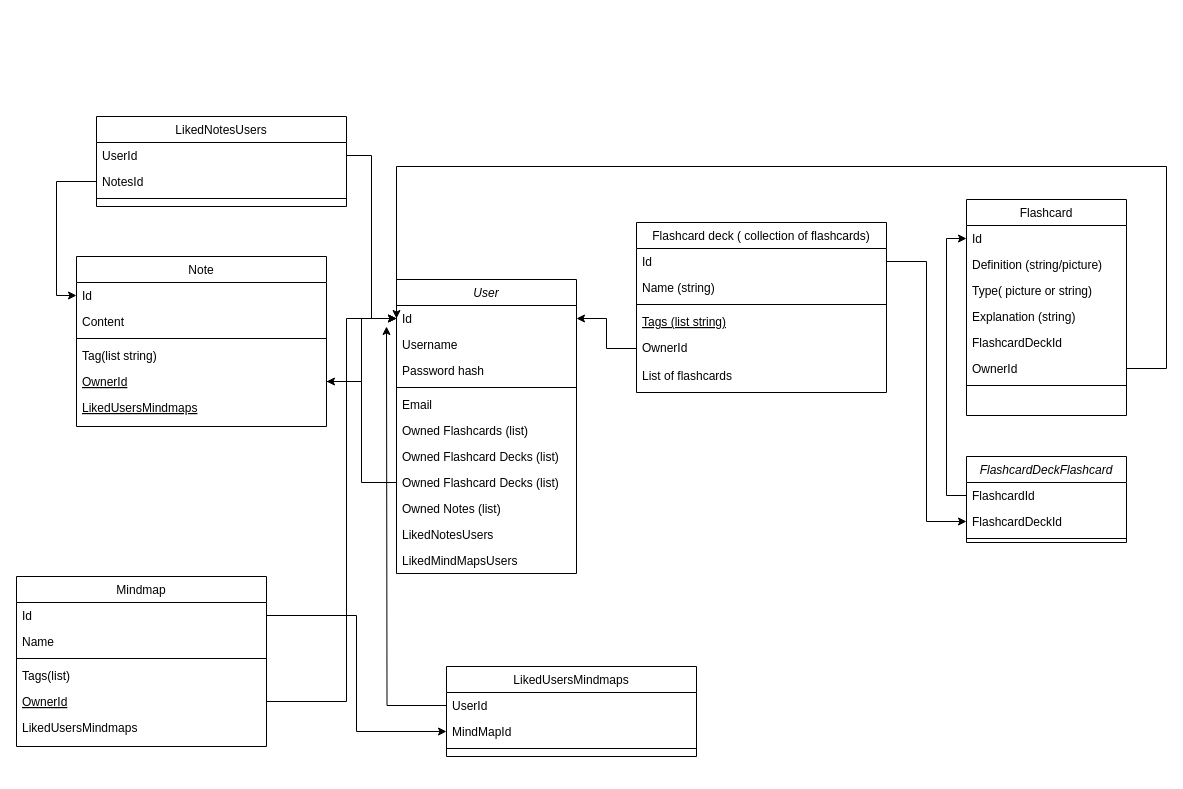
Before: db-diagram.drawio in Bubomira/LearnMe, a draw.io diagram. Source tidied: cells renumbered, new cells numbered last; positions are measured from the earlier drawing's top-left corner, leaving out a move shared by most shapes. Both pictures are drawn from the tidied source at 100%, with x=0, y=0 at pixel (16, 116).
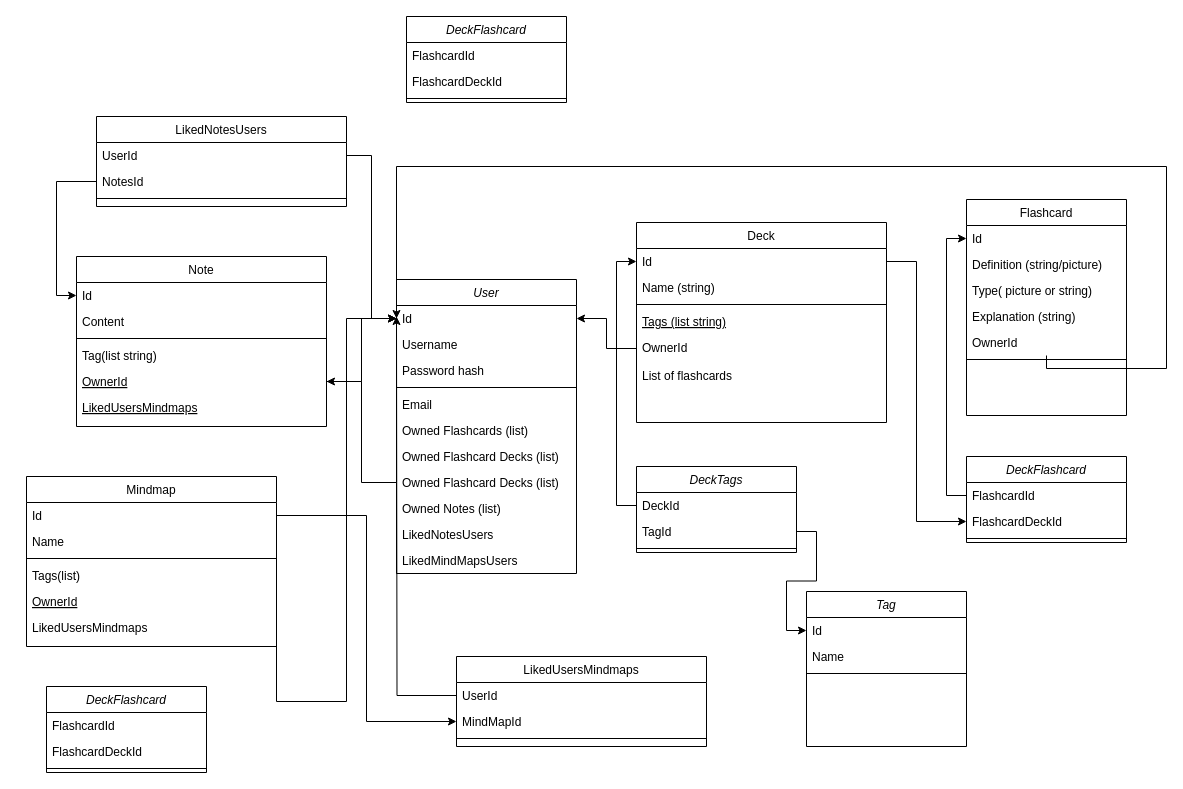
The same diagram, later.

Commit message:
db diagram altered

The change refers to these unchanged cells:
```xml
<mxCell id="15" value="Id " style="text;align=left;verticalAlign=top;spacingLeft=4;spacingRight=4;overflow=hidden;points=[[0,0.5],[1,0.5]];portConstraint=eastwest;" parent="14" vertex="1">
  <mxGeometry y="26" width="250" height="26" as="geometry" />
</mxCell>
<mxCell id="21" value="Flashcard" style="swimlane;fontStyle=0;align=center;verticalAlign=top;horizontal=1;startSize=26;rounded=0;shadow=0;strokeWidth=1;" parent="1" vertex="1">
  <mxGeometry x="950" y="83" width="160" height="216" as="geometry" />
</mxCell>
<mxCell id="32" value="FlashcardDeckId" style="text;align=left;verticalAlign=top;spacingLeft=4;spacingRight=4;overflow=hidden;points=[[0,0.5],[1,0.5]];portConstraint=eastwest;rounded=0;shadow=0;html=0;" parent="30" vertex="1">
  <mxGeometry y="52" width="160" height="26" as="geometry" />
</mxCell>
```

Diff of the diagram source:
```diff
@@
-    <mxCell id="14" value="Flashcard deck ( collection of flashcards)" style="swimlane;fontStyle=0;align=center;verticalAlign=top;horizontal=1;startSize=26;rounded=0;shadow=0;strokeWidth=1;" parent="1" vertex="1">
-      <mxGeometry x="620" y="106" width="250" height="170" as="geometry" />
+    <mxCell id="14" value="Deck" style="swimlane;fontStyle=0;align=center;verticalAlign=top;horizontal=1;startSize=26;rounded=0;shadow=0;strokeWidth=1;" parent="1" vertex="1">
+      <mxGeometry x="620" y="106" width="250" height="200" as="geometry" />
     </mxCell>
@@
     <mxCell id="20" value="List of flashcards" style="text;align=left;verticalAlign=top;spacingLeft=4;spacingRight=4;overflow=hidden;" parent="14" vertex="1">
-      <mxGeometry y="140" width="250" height="28" as="geometry" />
+      <mxGeometry y="140" width="250" height="60" as="geometry" />
     </mxCell>
@@
-    <mxCell id="26" value="FlashcardDeckId" style="text;align=left;verticalAlign=top;spacingLeft=4;spacingRight=4;overflow=hidden;rounded=0;shadow=0;html=0;" parent="21" vertex="1">
-      <mxGeometry y="130" width="160" height="26" as="geometry" />
-    </mxCell>
     <mxCell id="27" value="OwnerId " style="text;align=left;verticalAlign=top;spacingLeft=4;spacingRight=4;overflow=hidden;points=[[0,0.5],[1,0.5]];portConstraint=eastwest;rounded=0;shadow=0;html=0;" parent="21" vertex="1">
-      <mxGeometry y="156" width="160" height="26" as="geometry" />
+      <mxGeometry y="130" width="160" height="26" as="geometry" />
     </mxCell>
     <mxCell id="28" style="line;html=1;strokeWidth=1;align=left;verticalAlign=middle;spacingTop=-1;spacingLeft=3;spacingRight=3;labelPosition=right;" parent="21" vertex="1">
-      <mxGeometry y="182" width="160" height="8" as="geometry" />
+      <mxGeometry y="156" width="160" height="8" as="geometry" />
     </mxCell>
@@
-    <mxCell id="30" value="FlashcardDeckFlashcard" style="swimlane;fontStyle=2;align=center;verticalAlign=top;horizontal=1;startSize=26;rounded=0;shadow=0;strokeWidth=1;" parent="1" vertex="1">
+    <mxCell id="30" value="DeckFlashcard" style="swimlane;fontStyle=2;align=center;verticalAlign=top;horizontal=1;startSize=26;rounded=0;shadow=0;strokeWidth=1;" parent="1" vertex="1">
       <mxGeometry x="950" y="340" width="160" height="86" as="geometry" />
     </mxCell>
@@
     <mxCell id="34" style="edgeStyle=orthogonalEdgeStyle;rounded=0;jettySize=auto;html=1;exitX=1;exitY=0.5;exitDx=0;exitDy=0;entryX=0;entryY=0.5;entryDx=0;entryDy=0;" parent="1" edge="1" source="15" target="32">
-      <mxGeometry relative="1" as="geometry" />
+      <mxGeometry relative="1" as="geometry">
+        <Array as="points">
+          <mxPoint x="900" y="145" />
+          <mxPoint x="900" y="405" />
+        </Array>
+      </mxGeometry>
     </mxCell>
@@
     <mxCell id="51" value="Mindmap" style="swimlane;fontStyle=0;align=center;verticalAlign=top;horizontal=1;startSize=26;rounded=0;shadow=0;strokeWidth=1;" parent="1" vertex="1">
-      <mxGeometry y="460" width="250" height="170" as="geometry" />
+      <mxGeometry x="10" y="360" width="250" height="170" as="geometry" />
     </mxCell>
@@
     <mxCell id="60" value="LikedUsersMindmaps" style="swimlane;fontStyle=0;align=center;verticalAlign=top;horizontal=1;startSize=26;rounded=0;shadow=0;strokeWidth=1;" parent="1" vertex="1">
-      <mxGeometry x="430" y="550" width="250" height="90" as="geometry" />
+      <mxGeometry x="440" y="540" width="250" height="90" as="geometry" />
     </mxCell>
@@
+    <mxCell id="66" value="DeckFlashcard" style="swimlane;fontStyle=2;align=center;verticalAlign=top;horizontal=1;startSize=26;rounded=0;shadow=0;strokeWidth=1;" parent="1" vertex="1">
+      <mxGeometry x="30" y="570" width="160" height="86" as="geometry" />
+    </mxCell>
+    <mxCell id="67" value="FlashcardId" style="text;align=left;verticalAlign=top;spacingLeft=4;spacingRight=4;overflow=hidden;" parent="66" vertex="1">
+      <mxGeometry y="26" width="160" height="26" as="geometry" />
+    </mxCell>
+    <mxCell id="68" value="FlashcardDeckId" style="text;align=left;verticalAlign=top;spacingLeft=4;spacingRight=4;overflow=hidden;rounded=0;shadow=0;html=0;" parent="66" vertex="1">
+      <mxGeometry y="52" width="160" height="26" as="geometry" />
+    </mxCell>
+    <mxCell id="69" style="line;html=1;strokeWidth=1;align=left;verticalAlign=middle;spacingTop=-1;spacingLeft=3;spacingRight=3;labelPosition=right;" parent="66" vertex="1">
+      <mxGeometry y="78" width="160" height="8" as="geometry" />
+    </mxCell>
+    <mxCell id="70" value="DeckFlashcard" style="swimlane;fontStyle=2;align=center;verticalAlign=top;horizontal=1;startSize=26;rounded=0;shadow=0;strokeWidth=1;" parent="1" vertex="1">
+      <mxGeometry x="390" y="-100" width="160" height="86" as="geometry" />
+    </mxCell>
+    <mxCell id="71" value="FlashcardId" style="text;align=left;verticalAlign=top;spacingLeft=4;spacingRight=4;overflow=hidden;" parent="70" vertex="1">
+      <mxGeometry y="26" width="160" height="26" as="geometry" />
+    </mxCell>
+    <mxCell id="72" value="FlashcardDeckId" style="text;align=left;verticalAlign=top;spacingLeft=4;spacingRight=4;overflow=hidden;rounded=0;shadow=0;html=0;" parent="70" vertex="1">
+      <mxGeometry y="52" width="160" height="26" as="geometry" />
+    </mxCell>
+    <mxCell id="73" style="line;html=1;strokeWidth=1;align=left;verticalAlign=middle;spacingTop=-1;spacingLeft=3;spacingRight=3;labelPosition=right;" parent="70" vertex="1">
+      <mxGeometry y="78" width="160" height="8" as="geometry" />
+    </mxCell>
+    <mxCell id="74" value="DeckTags" style="swimlane;fontStyle=2;align=center;verticalAlign=top;horizontal=1;startSize=26;rounded=0;shadow=0;strokeWidth=1;" parent="1" vertex="1">
+      <mxGeometry x="620" y="350" width="160" height="86" as="geometry" />
+    </mxCell>
+    <mxCell id="75" value="DeckId" style="text;align=left;verticalAlign=top;spacingLeft=4;spacingRight=4;overflow=hidden;points=[[0,0.5],[1,0.5]];portConstraint=eastwest;" parent="74" vertex="1">
+      <mxGeometry y="26" width="160" height="26" as="geometry" />
+    </mxCell>
+    <mxCell id="76" value="TagId" style="text;align=left;verticalAlign=top;spacingLeft=4;spacingRight=4;overflow=hidden;points=[[0,0.5],[1,0.5]];portConstraint=eastwest;rounded=0;shadow=0;html=0;" parent="74" vertex="1">
+      <mxGeometry y="52" width="160" height="26" as="geometry" />
+    </mxCell>
+    <mxCell id="77" style="line;html=1;strokeWidth=1;align=left;verticalAlign=middle;spacingTop=-1;spacingLeft=3;spacingRight=3;labelPosition=right;" parent="74" vertex="1">
+      <mxGeometry y="78" width="160" height="8" as="geometry" />
+    </mxCell>
+    <mxCell id="78" value="Tag" style="swimlane;fontStyle=2;align=center;verticalAlign=top;horizontal=1;startSize=26;rounded=0;shadow=0;strokeWidth=1;" parent="1" vertex="1">
+      <mxGeometry x="790" y="475" width="160" height="155" as="geometry" />
+    </mxCell>
+    <mxCell id="79" value="Id" style="text;align=left;verticalAlign=top;spacingLeft=4;spacingRight=4;overflow=hidden;points=[[0,0.5],[1,0.5]];portConstraint=eastwest;" parent="78" vertex="1">
+      <mxGeometry y="26" width="160" height="26" as="geometry" />
+    </mxCell>
+    <mxCell id="80" value="Name" style="text;align=left;verticalAlign=top;spacingLeft=4;spacingRight=4;overflow=hidden;rounded=0;shadow=0;html=0;" parent="78" vertex="1">
+      <mxGeometry y="52" width="160" height="26" as="geometry" />
+    </mxCell>
+    <mxCell id="81" style="line;html=1;strokeWidth=1;align=left;verticalAlign=middle;spacingTop=-1;spacingLeft=3;spacingRight=3;labelPosition=right;" parent="78" vertex="1">
+      <mxGeometry y="78" width="160" height="8" as="geometry" />
+    </mxCell>
+    <mxCell id="82" style="edgeStyle=orthogonalEdgeStyle;rounded=0;jettySize=auto;html=1;entryX=0;entryY=0.5;entryDx=0;entryDy=0;" parent="1" edge="1" source="75" target="15">
+      <mxGeometry relative="1" as="geometry">
+        <Array as="points">
+          <mxPoint x="600" y="389" />
+          <mxPoint x="600" y="145" />
+        </Array>
+      </mxGeometry>
+    </mxCell>
+    <mxCell id="83" style="edgeStyle=orthogonalEdgeStyle;rounded=0;jettySize=auto;html=1;exitX=1;exitY=0.5;exitDx=0;exitDy=0;entryX=0;entryY=0.5;entryDx=0;entryDy=0;" parent="1" edge="1" source="76" target="79">
+      <mxGeometry relative="1" as="geometry" />
+    </mxCell>
```
